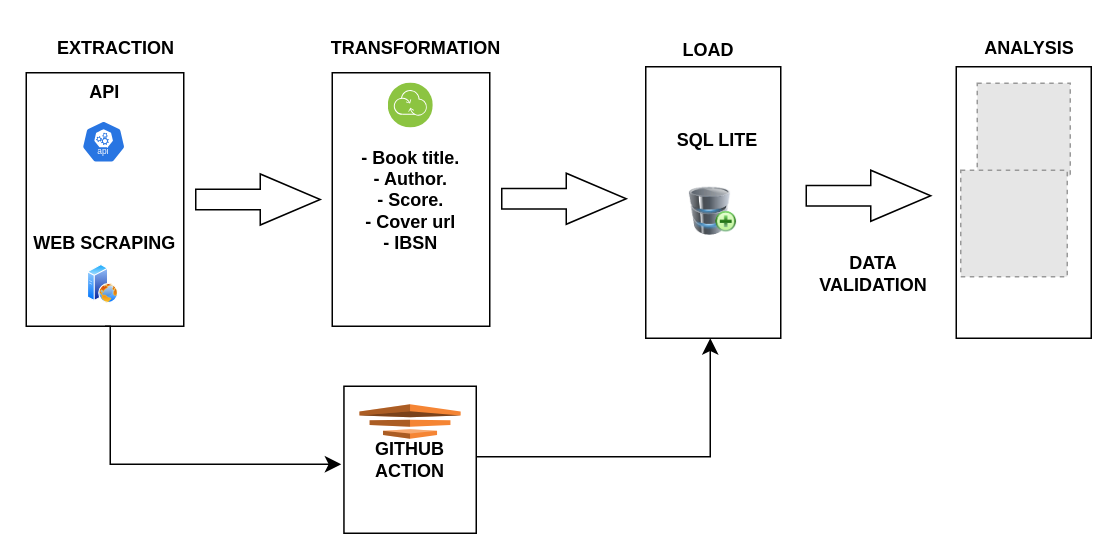
This is design.drawio from fogapandrew/DataEngineeringProject, a draw.io file, before an edit. Source tidied: cells renumbered, new cells numbered last; positions are measured from the earlier drawing's top-left corner, leaving out a move shared by most shapes. Both pictures are drawn from the tidied source at 150%, with x=0, y=0 at pixel (26, 26). Pictures stored in the file or linked from it are replaced by grey dashed boxes.
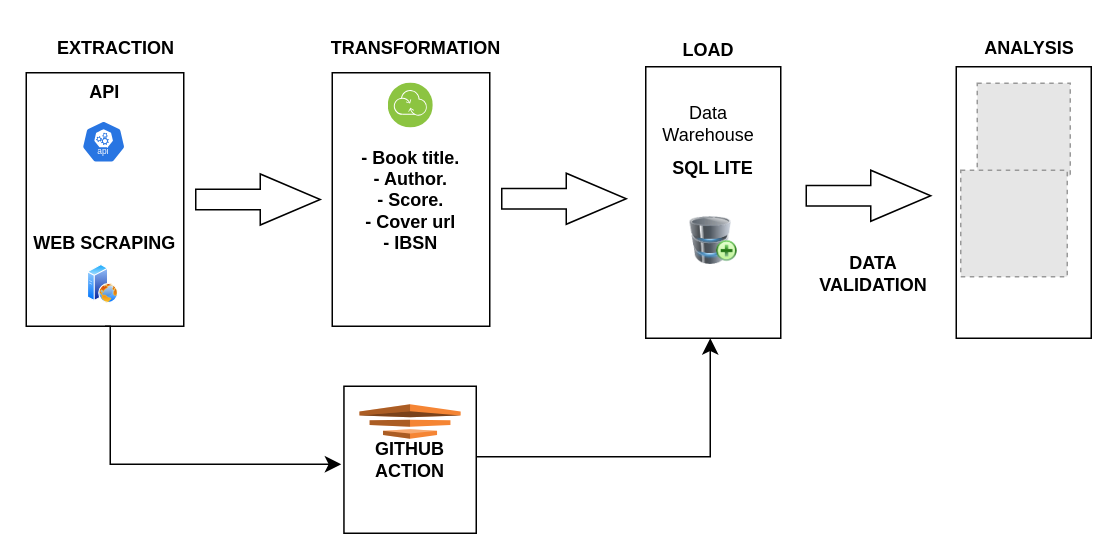
The same page after the edit.

Diff of the diagram source:
```diff
@@
     <mxCell id="11" style="image;html=1;image=img/lib/clip_art/computers/Database_Add_128x128.png;" parent="1" vertex="1">
-      <mxGeometry x="428.5" y="107.5" width="59" height="32" as="geometry" />
+      <mxGeometry x="429" y="127" width="59" height="32" as="geometry" />
     </mxCell>
     <mxCell id="12" value="&lt;b&gt;SQL LITE&lt;/b&gt;" style="text;html=1;align=center;verticalAlign=middle;whiteSpace=wrap;rounded=0;" parent="1" vertex="1">
-      <mxGeometry x="431" y="61" width="60" height="30" as="geometry" />
+      <mxGeometry x="428" y="80" width="60" height="30" as="geometry" />
     </mxCell>
@@
+    <mxCell id="25" value="Data Warehouse" style="text;strokeColor=none;align=center;fillColor=none;html=1;verticalAlign=middle;whiteSpace=wrap;rounded=0;" parent="1" vertex="1">
+      <mxGeometry x="425" y="50" width="60" height="30" as="geometry" />
+    </mxCell>
```
